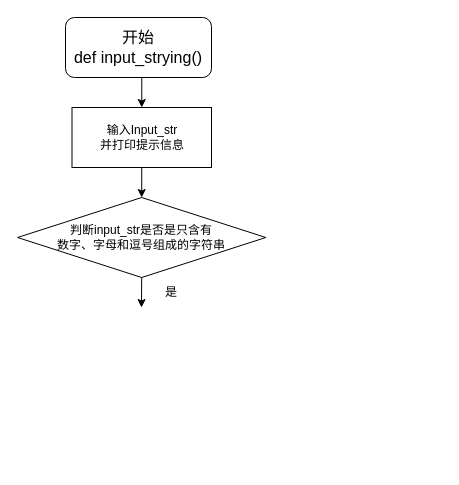
Above: 未命名绘图.drawio in Samuraifeat/- (draw.io), before the change. Source tidied: cells renumbered, new cells numbered last; positions are measured from the earlier drawing's top-left corner, leaving out a move shared by most shapes. Both pictures are drawn from the tidied source at 100%, with x=0, y=0 at pixel (17, 17).
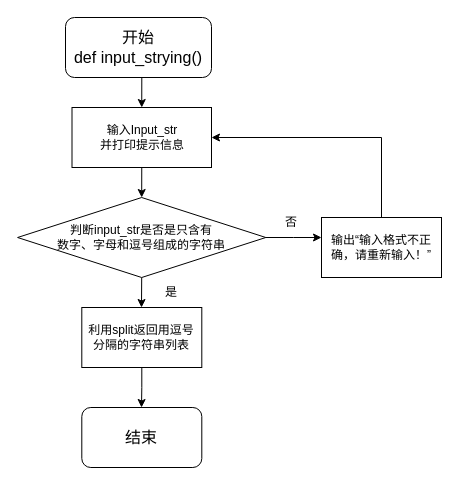
Above is the later version.

Change to the diagram source:
```diff
@@
 <mxGraphModel>
   <root>
     <mxCell id="0" />
     <mxCell id="1" parent="0" />
     <mxCell id="2" style="edgeStyle=orthogonalEdgeStyle;rounded=0;jettySize=auto;html=1;exitX=0.5;exitY=1;exitDx=0;exitDy=0;entryX=0.5;entryY=0;entryDx=0;entryDy=0;" parent="1" edge="1" source="3" target="5">
       <mxGeometry relative="1" as="geometry" />
     </mxCell>
     <mxCell id="3" value="&lt;font style=&quot;font-size: 16px;&quot;&gt;开始&lt;br&gt;def input_strying()&lt;br&gt;&lt;/font&gt;" style="rounded=1;whiteSpace=wrap;html=1;" parent="1" vertex="1">
       <mxGeometry x="48" width="146" height="60" as="geometry" />
     </mxCell>
     <mxCell id="4" style="edgeStyle=orthogonalEdgeStyle;rounded=0;jettySize=auto;html=1;exitX=0.5;exitY=1;exitDx=0;exitDy=0;entryX=0.5;entryY=0;entryDx=0;entryDy=0;" parent="1" edge="1" source="5" target="7">
       <mxGeometry relative="1" as="geometry" />
     </mxCell>
     <mxCell id="5" value="输入Input_str&lt;br&gt;并打印提示信息" style="rounded=0;whiteSpace=wrap;html=1;" parent="1" vertex="1">
       <mxGeometry x="54.5" y="90" width="139.5" height="60" as="geometry" />
     </mxCell>
     <mxCell id="6" style="edgeStyle=orthogonalEdgeStyle;rounded=0;jettySize=auto;html=1;exitX=0.5;exitY=1;exitDx=0;exitDy=0;" parent="1" edge="1" source="7">
       <mxGeometry relative="1" as="geometry">
         <mxPoint x="124" y="290" as="targetPoint" />
       </mxGeometry>
     </mxCell>
+    <mxCell id="9" style="edgeStyle=orthogonalEdgeStyle;rounded=0;jettySize=auto;html=1;exitX=1;exitY=0.5;exitDx=0;exitDy=0;" parent="1" edge="1" source="7">
+      <mxGeometry relative="1" as="geometry">
+        <mxPoint x="304" y="220" as="targetPoint" />
+      </mxGeometry>
+    </mxCell>
     <mxCell id="7" value="判断input_str是否是只含有&lt;br&gt;数字、字母和逗号组成的字符串" style="rhombus;whiteSpace=wrap;html=1;" parent="1" vertex="1">
       <mxGeometry x="0.1" y="180" width="248.2" height="80" as="geometry" />
     </mxCell>
     <mxCell id="8" value="是" style="text;strokeColor=none;align=center;fillColor=none;html=1;verticalAlign=middle;whiteSpace=wrap;rounded=0;" parent="1" vertex="1">
       <mxGeometry x="124" y="260" width="60" height="30" as="geometry" />
     </mxCell>
+    <mxCell id="10" style="edgeStyle=orthogonalEdgeStyle;rounded=0;jettySize=auto;html=1;exitX=0.5;exitY=1;exitDx=0;exitDy=0;" parent="1" edge="1" source="11">
+      <mxGeometry relative="1" as="geometry">
+        <mxPoint x="124" y="390" as="targetPoint" />
+      </mxGeometry>
+    </mxCell>
+    <mxCell id="11" value="利用split返回用逗号&lt;br&gt;分隔的字符串列表" style="rounded=0;whiteSpace=wrap;html=1;" parent="1" vertex="1">
+      <mxGeometry x="64.3" y="290" width="120" height="60" as="geometry" />
+    </mxCell>
+    <mxCell id="12" value="否" style="text;strokeColor=none;align=center;fillColor=none;html=1;verticalAlign=middle;whiteSpace=wrap;rounded=0;" parent="1" vertex="1">
+      <mxGeometry x="244" y="190" width="60" height="30" as="geometry" />
+    </mxCell>
+    <mxCell id="13" style="edgeStyle=orthogonalEdgeStyle;rounded=0;jettySize=auto;html=1;exitX=0.5;exitY=0;exitDx=0;exitDy=0;entryX=1;entryY=0.5;entryDx=0;entryDy=0;" parent="1" edge="1" source="14" target="5">
+      <mxGeometry relative="1" as="geometry" />
+    </mxCell>
+    <mxCell id="14" value="输出“输入格式不正确，请重新输入！”" style="rounded=0;whiteSpace=wrap;html=1;" parent="1" vertex="1">
+      <mxGeometry x="304" y="200" width="120" height="60" as="geometry" />
+    </mxCell>
+    <mxCell id="15" value="&lt;font style=&quot;font-size: 16px;&quot;&gt;结束&lt;/font&gt;" style="rounded=1;whiteSpace=wrap;html=1;" parent="1" vertex="1">
+      <mxGeometry x="64.3" y="390" width="120" height="60" as="geometry" />
+    </mxCell>
   </root>
 </mxGraphModel>
```
